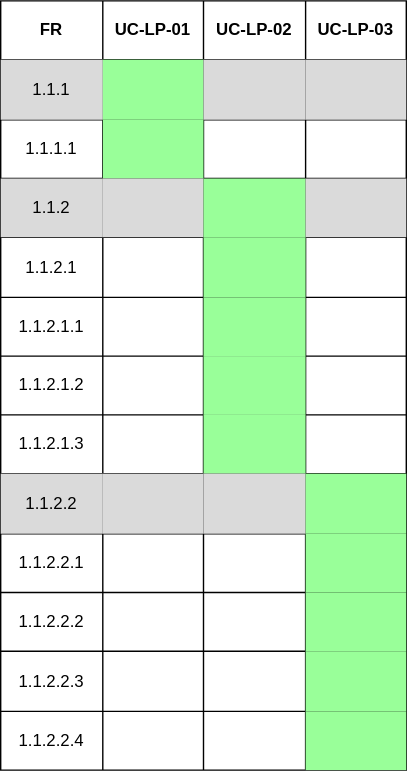
COS301-SE-2026/UMTAS keeps this draw.io diagram as docs/srs/Use_Cases/Traceability_Matrix/FR1_1.svg. Above is the earlier version. Source tidied: cells renumbered, new cells last; positions are measured from the earlier drawing's top-left corner, leaving out a move shared by most shapes.
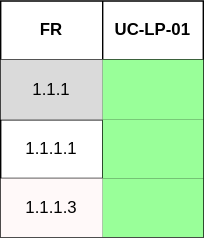
Above is the later version.

The edit, as a diff of the source:
```diff
@@ -3,10 +3,10 @@
     <mxCell id="0" />
     <mxCell id="1" parent="0" />
     <mxCell id="2" style="shape=table;startSize=0;strokeColor=default;" parent="1" vertex="1">
-      <mxGeometry width="290" height="550" as="geometry" />
+      <mxGeometry width="145" height="169" as="geometry" />
     </mxCell>
     <mxCell id="3" style="shape=tableRow;horizontal=0;startSize=0;swimlaneHead=0;swimlaneBody=0;strokeColor=inherit;top=0;left=0;bottom=0;right=0;fillColor=none;" parent="2" vertex="1">
-      <mxGeometry width="290" height="42" as="geometry" />
+      <mxGeometry width="145" height="42" as="geometry" />
     </mxCell>
     <mxCell id="4" value="FR" style="shape=partialRectangle;html=1;whiteSpace=wrap;strokeColor=inherit;overflow=hidden;fillColor=none;top=0;left=0;bottom=0;right=0;fontStyle=1;" parent="3" vertex="1">
       <mxGeometry width="73" height="42" as="geometry" />
@@ -14,14 +14,8 @@
     <mxCell id="5" value="UC-LP-01" style="shape=partialRectangle;html=1;whiteSpace=wrap;strokeColor=inherit;overflow=hidden;fillColor=none;top=0;left=0;bottom=0;right=0;fontStyle=1;" parent="3" vertex="1">
       <mxGeometry x="73" width="72" height="42" as="geometry" />
     </mxCell>
-    <mxCell id="6" value="&lt;span style=&quot;color: rgb(0, 0, 0);&quot;&gt;UC-LP-02&lt;/span&gt;" style="shape=partialRectangle;html=1;whiteSpace=wrap;strokeColor=inherit;overflow=hidden;fillColor=none;top=0;left=0;bottom=0;right=0;fontStyle=1;" parent="3" vertex="1">
-      <mxGeometry x="145" width="73" height="42" as="geometry" />
-    </mxCell>
-    <mxCell id="7" value="&lt;span style=&quot;color: rgb(0, 0, 0);&quot;&gt;UC-LP-03&lt;/span&gt;" style="shape=partialRectangle;html=1;whiteSpace=wrap;strokeColor=inherit;overflow=hidden;fillColor=none;top=0;left=0;bottom=0;right=0;fontStyle=1;" parent="3" vertex="1">
-      <mxGeometry x="218" width="72" height="42" as="geometry" />
-    </mxCell>
     <mxCell id="8" style="shape=tableRow;horizontal=0;startSize=0;swimlaneHead=0;swimlaneBody=0;strokeColor=inherit;top=0;left=0;bottom=0;right=0;fillColor=none;" parent="2" vertex="1">
-      <mxGeometry y="42" width="290" height="43" as="geometry" />
+      <mxGeometry y="42" width="145" height="43" as="geometry" />
     </mxCell>
     <mxCell id="9" value="1.1.1" style="shape=partialRectangle;html=1;whiteSpace=wrap;strokeColor=inherit;overflow=hidden;fillColor=#DADADA;top=0;left=0;bottom=0;right=0;" parent="8" vertex="1">
       <mxGeometry width="73" height="43" as="geometry" />
@@ -29,14 +23,8 @@
     <mxCell id="10" style="shape=partialRectangle;html=1;whiteSpace=wrap;strokeColor=inherit;overflow=hidden;fillColor=#99FF99;top=0;left=0;bottom=0;right=0;" parent="8" vertex="1">
       <mxGeometry x="73" width="72" height="43" as="geometry" />
     </mxCell>
-    <mxCell id="11" style="shape=partialRectangle;html=1;whiteSpace=wrap;strokeColor=inherit;overflow=hidden;fillColor=#DADADA;top=0;left=0;bottom=0;right=0;" parent="8" vertex="1">
-      <mxGeometry x="145" width="73" height="43" as="geometry" />
-    </mxCell>
-    <mxCell id="12" style="shape=partialRectangle;html=1;whiteSpace=wrap;strokeColor=inherit;overflow=hidden;fillColor=#DADADA;top=0;left=0;bottom=0;right=0;" parent="8" vertex="1">
-      <mxGeometry x="218" width="72" height="43" as="geometry" />
-    </mxCell>
     <mxCell id="13" style="shape=tableRow;horizontal=0;startSize=0;swimlaneHead=0;swimlaneBody=0;strokeColor=inherit;top=0;left=0;bottom=0;right=0;fillColor=none;" parent="2" vertex="1">
-      <mxGeometry y="85" width="290" height="42" as="geometry" />
+      <mxGeometry y="85" width="145" height="42" as="geometry" />
     </mxCell>
     <mxCell id="14" value="1.1.1.1" style="shape=partialRectangle;html=1;whiteSpace=wrap;strokeColor=inherit;overflow=hidden;fillColor=none;top=0;left=0;bottom=0;right=0;" parent="13" vertex="1">
       <mxGeometry width="73" height="42" as="geometry" />
@@ -44,161 +32,14 @@
     <mxCell id="15" style="shape=partialRectangle;html=1;whiteSpace=wrap;strokeColor=inherit;overflow=hidden;fillColor=#99FF99;top=0;left=0;bottom=0;right=0;" parent="13" vertex="1">
       <mxGeometry x="73" width="72" height="42" as="geometry" />
     </mxCell>
-    <mxCell id="16" style="shape=partialRectangle;html=1;whiteSpace=wrap;strokeColor=inherit;overflow=hidden;fillColor=none;top=0;left=0;bottom=0;right=0;" parent="13" vertex="1">
-      <mxGeometry x="145" width="73" height="42" as="geometry" />
-    </mxCell>
-    <mxCell id="17" style="shape=partialRectangle;html=1;whiteSpace=wrap;strokeColor=inherit;overflow=hidden;fillColor=none;top=0;left=0;bottom=0;right=0;" parent="13" vertex="1">
-      <mxGeometry x="218" width="72" height="42" as="geometry" />
-    </mxCell>
     <mxCell id="18" style="shape=tableRow;horizontal=0;startSize=0;swimlaneHead=0;swimlaneBody=0;strokeColor=inherit;top=0;left=0;bottom=0;right=0;fillColor=none;" parent="2" vertex="1">
-      <mxGeometry y="127" width="290" height="42" as="geometry" />
+      <mxGeometry y="127" width="145" height="42" as="geometry" />
     </mxCell>
-    <mxCell id="19" value="1.1.2" style="shape=partialRectangle;html=1;whiteSpace=wrap;strokeColor=inherit;overflow=hidden;fillColor=#DADADA;top=0;left=0;bottom=0;right=0;" parent="18" vertex="1">
+    <mxCell id="19" value="1.1.1.3" style="shape=partialRectangle;html=1;whiteSpace=wrap;strokeColor=inherit;overflow=hidden;fillColor=#FFF9F9;top=0;left=0;bottom=0;right=0;" parent="18" vertex="1">
       <mxGeometry width="73" height="42" as="geometry" />
     </mxCell>
-    <mxCell id="20" style="shape=partialRectangle;html=1;whiteSpace=wrap;strokeColor=inherit;overflow=hidden;fillColor=#DADADA;top=0;left=0;bottom=0;right=0;" parent="18" vertex="1">
+    <mxCell id="20" style="shape=partialRectangle;html=1;whiteSpace=wrap;strokeColor=inherit;overflow=hidden;fillColor=#99FF99;top=0;left=0;bottom=0;right=0;" parent="18" vertex="1">
       <mxGeometry x="73" width="72" height="42" as="geometry" />
     </mxCell>
-    <mxCell id="21" style="shape=partialRectangle;html=1;whiteSpace=wrap;strokeColor=inherit;overflow=hidden;fillColor=#99FF99;top=0;left=0;bottom=0;right=0;" parent="18" vertex="1">
-      <mxGeometry x="145" width="73" height="42" as="geometry" />
-    </mxCell>
-    <mxCell id="22" style="shape=partialRectangle;html=1;whiteSpace=wrap;strokeColor=inherit;overflow=hidden;fillColor=#DADADA;top=0;left=0;bottom=0;right=0;" parent="18" vertex="1">
-      <mxGeometry x="218" width="72" height="42" as="geometry" />
-    </mxCell>
-    <mxCell id="23" style="shape=tableRow;horizontal=0;startSize=0;swimlaneHead=0;swimlaneBody=0;strokeColor=inherit;top=0;left=0;bottom=0;right=0;fillColor=none;" parent="2" vertex="1">
-      <mxGeometry y="169" width="290" height="43" as="geometry" />
-    </mxCell>
-    <mxCell id="24" value="1.1.2.1" style="shape=partialRectangle;html=1;whiteSpace=wrap;strokeColor=inherit;overflow=hidden;fillColor=none;top=0;left=0;bottom=0;right=0;" parent="23" vertex="1">
-      <mxGeometry width="73" height="43" as="geometry" />
-    </mxCell>
-    <mxCell id="25" style="shape=partialRectangle;html=1;whiteSpace=wrap;strokeColor=inherit;overflow=hidden;fillColor=none;top=0;left=0;bottom=0;right=0;" parent="23" vertex="1">
-      <mxGeometry x="73" width="72" height="43" as="geometry" />
-    </mxCell>
-    <mxCell id="26" style="shape=partialRectangle;html=1;whiteSpace=wrap;strokeColor=inherit;overflow=hidden;fillColor=#99FF99;top=0;left=0;bottom=0;right=0;" parent="23" vertex="1">
-      <mxGeometry x="145" width="73" height="43" as="geometry" />
-    </mxCell>
-    <mxCell id="27" style="shape=partialRectangle;html=1;whiteSpace=wrap;strokeColor=inherit;overflow=hidden;fillColor=none;top=0;left=0;bottom=0;right=0;" parent="23" vertex="1">
-      <mxGeometry x="218" width="72" height="43" as="geometry" />
-    </mxCell>
-    <mxCell id="28" style="shape=tableRow;horizontal=0;startSize=0;swimlaneHead=0;swimlaneBody=0;strokeColor=inherit;top=0;left=0;bottom=0;right=0;fillColor=none;" parent="2" vertex="1">
-      <mxGeometry y="212" width="290" height="42" as="geometry" />
-    </mxCell>
-    <mxCell id="29" value="1.1.2.1.1" style="shape=partialRectangle;html=1;whiteSpace=wrap;strokeColor=inherit;overflow=hidden;fillColor=none;top=0;left=0;bottom=0;right=0;" parent="28" vertex="1">
-      <mxGeometry width="73" height="42" as="geometry" />
-    </mxCell>
-    <mxCell id="30" style="shape=partialRectangle;html=1;whiteSpace=wrap;strokeColor=inherit;overflow=hidden;fillColor=none;top=0;left=0;bottom=0;right=0;" parent="28" vertex="1">
-      <mxGeometry x="73" width="72" height="42" as="geometry" />
-    </mxCell>
-    <mxCell id="31" style="shape=partialRectangle;html=1;whiteSpace=wrap;strokeColor=inherit;overflow=hidden;fillColor=#99FF99;top=0;left=0;bottom=0;right=0;" parent="28" vertex="1">
-      <mxGeometry x="145" width="73" height="42" as="geometry" />
-    </mxCell>
-    <mxCell id="32" style="shape=partialRectangle;html=1;whiteSpace=wrap;strokeColor=inherit;overflow=hidden;fillColor=none;top=0;left=0;bottom=0;right=0;" parent="28" vertex="1">
-      <mxGeometry x="218" width="72" height="42" as="geometry" />
-    </mxCell>
-    <mxCell id="33" style="shape=tableRow;horizontal=0;startSize=0;swimlaneHead=0;swimlaneBody=0;strokeColor=inherit;top=0;left=0;bottom=0;right=0;fillColor=none;" parent="2" vertex="1">
-      <mxGeometry y="254" width="290" height="42" as="geometry" />
-    </mxCell>
-    <mxCell id="34" value="1.1.2.1.2" style="shape=partialRectangle;html=1;whiteSpace=wrap;strokeColor=inherit;overflow=hidden;fillColor=none;top=0;left=0;bottom=0;right=0;" parent="33" vertex="1">
-      <mxGeometry width="73" height="42" as="geometry" />
-    </mxCell>
-    <mxCell id="35" style="shape=partialRectangle;html=1;whiteSpace=wrap;strokeColor=inherit;overflow=hidden;fillColor=none;top=0;left=0;bottom=0;right=0;" parent="33" vertex="1">
-      <mxGeometry x="73" width="72" height="42" as="geometry" />
-    </mxCell>
-    <mxCell id="36" style="shape=partialRectangle;html=1;whiteSpace=wrap;strokeColor=inherit;overflow=hidden;fillColor=#99FF99;top=0;left=0;bottom=0;right=0;" parent="33" vertex="1">
-      <mxGeometry x="145" width="73" height="42" as="geometry" />
-    </mxCell>
-    <mxCell id="37" style="shape=partialRectangle;html=1;whiteSpace=wrap;strokeColor=inherit;overflow=hidden;fillColor=none;top=0;left=0;bottom=0;right=0;" parent="33" vertex="1">
-      <mxGeometry x="218" width="72" height="42" as="geometry" />
-    </mxCell>
-    <mxCell id="38" style="shape=tableRow;horizontal=0;startSize=0;swimlaneHead=0;swimlaneBody=0;strokeColor=inherit;top=0;left=0;bottom=0;right=0;fillColor=none;" parent="2" vertex="1">
-      <mxGeometry y="296" width="290" height="42" as="geometry" />
-    </mxCell>
-    <mxCell id="39" value="1.1.2.1.3" style="shape=partialRectangle;html=1;whiteSpace=wrap;strokeColor=inherit;overflow=hidden;fillColor=none;top=0;left=0;bottom=0;right=0;" parent="38" vertex="1">
-      <mxGeometry width="73" height="42" as="geometry" />
-    </mxCell>
-    <mxCell id="40" style="shape=partialRectangle;html=1;whiteSpace=wrap;strokeColor=inherit;overflow=hidden;fillColor=none;top=0;left=0;bottom=0;right=0;" parent="38" vertex="1">
-      <mxGeometry x="73" width="72" height="42" as="geometry" />
-    </mxCell>
-    <mxCell id="41" style="shape=partialRectangle;html=1;whiteSpace=wrap;strokeColor=inherit;overflow=hidden;fillColor=#99FF99;top=0;left=0;bottom=0;right=0;" parent="38" vertex="1">
-      <mxGeometry x="145" width="73" height="42" as="geometry" />
-    </mxCell>
-    <mxCell id="42" style="shape=partialRectangle;html=1;whiteSpace=wrap;strokeColor=inherit;overflow=hidden;fillColor=none;top=0;left=0;bottom=0;right=0;" parent="38" vertex="1">
-      <mxGeometry x="218" width="72" height="42" as="geometry" />
-    </mxCell>
-    <mxCell id="43" style="shape=tableRow;horizontal=0;startSize=0;swimlaneHead=0;swimlaneBody=0;strokeColor=inherit;top=0;left=0;bottom=0;right=0;fillColor=none;" parent="2" vertex="1">
-      <mxGeometry y="338" width="290" height="43" as="geometry" />
-    </mxCell>
-    <mxCell id="44" value="1.1.2.2" style="shape=partialRectangle;html=1;whiteSpace=wrap;strokeColor=inherit;overflow=hidden;fillColor=#DADADA;top=0;left=0;bottom=0;right=0;" parent="43" vertex="1">
-      <mxGeometry width="73" height="43" as="geometry" />
-    </mxCell>
-    <mxCell id="45" style="shape=partialRectangle;html=1;whiteSpace=wrap;strokeColor=inherit;overflow=hidden;fillColor=#DADADA;top=0;left=0;bottom=0;right=0;" parent="43" vertex="1">
-      <mxGeometry x="73" width="72" height="43" as="geometry" />
-    </mxCell>
-    <mxCell id="46" style="shape=partialRectangle;html=1;whiteSpace=wrap;strokeColor=inherit;overflow=hidden;fillColor=#DADADA;top=0;left=0;bottom=0;right=0;" parent="43" vertex="1">
-      <mxGeometry x="145" width="73" height="43" as="geometry" />
-    </mxCell>
-    <mxCell id="47" style="shape=partialRectangle;html=1;whiteSpace=wrap;strokeColor=inherit;overflow=hidden;fillColor=#99FF99;top=0;left=0;bottom=0;right=0;" parent="43" vertex="1">
-      <mxGeometry x="218" width="72" height="43" as="geometry" />
-    </mxCell>
-    <mxCell id="48" style="shape=tableRow;horizontal=0;startSize=0;swimlaneHead=0;swimlaneBody=0;strokeColor=inherit;top=0;left=0;bottom=0;right=0;fillColor=none;" parent="2" vertex="1">
-      <mxGeometry y="381" width="290" height="42" as="geometry" />
-    </mxCell>
-    <mxCell id="49" value="1.1.2.2.1" style="shape=partialRectangle;html=1;whiteSpace=wrap;strokeColor=inherit;overflow=hidden;fillColor=none;top=0;left=0;bottom=0;right=0;" parent="48" vertex="1">
-      <mxGeometry width="73" height="42" as="geometry" />
-    </mxCell>
-    <mxCell id="50" style="shape=partialRectangle;html=1;whiteSpace=wrap;strokeColor=inherit;overflow=hidden;fillColor=none;top=0;left=0;bottom=0;right=0;" parent="48" vertex="1">
-      <mxGeometry x="73" width="72" height="42" as="geometry" />
-    </mxCell>
-    <mxCell id="51" style="shape=partialRectangle;html=1;whiteSpace=wrap;strokeColor=inherit;overflow=hidden;fillColor=none;top=0;left=0;bottom=0;right=0;" parent="48" vertex="1">
-      <mxGeometry x="145" width="73" height="42" as="geometry" />
-    </mxCell>
-    <mxCell id="52" style="shape=partialRectangle;html=1;whiteSpace=wrap;strokeColor=inherit;overflow=hidden;fillColor=#99FF99;top=0;left=0;bottom=0;right=0;" parent="48" vertex="1">
-      <mxGeometry x="218" width="72" height="42" as="geometry" />
-    </mxCell>
-    <mxCell id="53" style="shape=tableRow;horizontal=0;startSize=0;swimlaneHead=0;swimlaneBody=0;strokeColor=inherit;top=0;left=0;bottom=0;right=0;fillColor=none;" parent="2" vertex="1">
-      <mxGeometry y="423" width="290" height="42" as="geometry" />
-    </mxCell>
-    <mxCell id="54" value="1.1.2.2.2" style="shape=partialRectangle;html=1;whiteSpace=wrap;strokeColor=inherit;overflow=hidden;fillColor=none;top=0;left=0;bottom=0;right=0;" parent="53" vertex="1">
-      <mxGeometry width="73" height="42" as="geometry" />
-    </mxCell>
-    <mxCell id="55" style="shape=partialRectangle;html=1;whiteSpace=wrap;strokeColor=inherit;overflow=hidden;fillColor=none;top=0;left=0;bottom=0;right=0;" parent="53" vertex="1">
-      <mxGeometry x="73" width="72" height="42" as="geometry" />
-    </mxCell>
-    <mxCell id="56" style="shape=partialRectangle;html=1;whiteSpace=wrap;strokeColor=inherit;overflow=hidden;fillColor=none;top=0;left=0;bottom=0;right=0;" parent="53" vertex="1">
-      <mxGeometry x="145" width="73" height="42" as="geometry" />
-    </mxCell>
-    <mxCell id="57" style="shape=partialRectangle;html=1;whiteSpace=wrap;strokeColor=inherit;overflow=hidden;fillColor=#99FF99;top=0;left=0;bottom=0;right=0;" parent="53" vertex="1">
-      <mxGeometry x="218" width="72" height="42" as="geometry" />
-    </mxCell>
-    <mxCell id="58" style="shape=tableRow;horizontal=0;startSize=0;swimlaneHead=0;swimlaneBody=0;strokeColor=inherit;top=0;left=0;bottom=0;right=0;fillColor=none;" parent="2" vertex="1">
-      <mxGeometry y="465" width="290" height="43" as="geometry" />
-    </mxCell>
-    <mxCell id="59" value="1.1.2.2.3" style="shape=partialRectangle;html=1;whiteSpace=wrap;strokeColor=inherit;overflow=hidden;fillColor=none;top=0;left=0;bottom=0;right=0;" parent="58" vertex="1">
-      <mxGeometry width="73" height="43" as="geometry" />
-    </mxCell>
-    <mxCell id="60" style="shape=partialRectangle;html=1;whiteSpace=wrap;strokeColor=inherit;overflow=hidden;fillColor=none;top=0;left=0;bottom=0;right=0;" parent="58" vertex="1">
-      <mxGeometry x="73" width="72" height="43" as="geometry" />
-    </mxCell>
-    <mxCell id="61" style="shape=partialRectangle;html=1;whiteSpace=wrap;strokeColor=inherit;overflow=hidden;fillColor=none;top=0;left=0;bottom=0;right=0;" parent="58" vertex="1">
-      <mxGeometry x="145" width="73" height="43" as="geometry" />
-    </mxCell>
-    <mxCell id="62" style="shape=partialRectangle;html=1;whiteSpace=wrap;strokeColor=inherit;overflow=hidden;fillColor=#99FF99;top=0;left=0;bottom=0;right=0;" parent="58" vertex="1">
-      <mxGeometry x="218" width="72" height="43" as="geometry" />
-    </mxCell>
-    <mxCell id="63" style="shape=tableRow;horizontal=0;startSize=0;swimlaneHead=0;swimlaneBody=0;strokeColor=inherit;top=0;left=0;bottom=0;right=0;fillColor=none;" parent="2" vertex="1">
-      <mxGeometry y="508" width="290" height="42" as="geometry" />
-    </mxCell>
-    <mxCell id="64" value="1.1.2.2.4" style="shape=partialRectangle;html=1;whiteSpace=wrap;strokeColor=inherit;overflow=hidden;fillColor=none;top=0;left=0;bottom=0;right=0;" parent="63" vertex="1">
-      <mxGeometry width="73" height="42" as="geometry" />
-    </mxCell>
-    <mxCell id="65" style="shape=partialRectangle;html=1;whiteSpace=wrap;strokeColor=inherit;overflow=hidden;fillColor=none;top=0;left=0;bottom=0;right=0;" parent="63" vertex="1">
-      <mxGeometry x="73" width="72" height="42" as="geometry" />
-    </mxCell>
-    <mxCell id="66" style="shape=partialRectangle;html=1;whiteSpace=wrap;strokeColor=inherit;overflow=hidden;fillColor=none;top=0;left=0;bottom=0;right=0;" parent="63" vertex="1">
-      <mxGeometry x="145" width="73" height="42" as="geometry" />
-    </mxCell>
-    <mxCell id="67" style="shape=partialRectangle;html=1;whiteSpace=wrap;strokeColor=inherit;overflow=hidden;fillColor=#99FF99;top=0;left=0;bottom=0;right=0;" parent="63" vertex="1">
-      <mxGeometry x="218" width="72" height="42" as="geometry" />
-    </mxCell>
   </root>
 </mxGraphModel>
```
